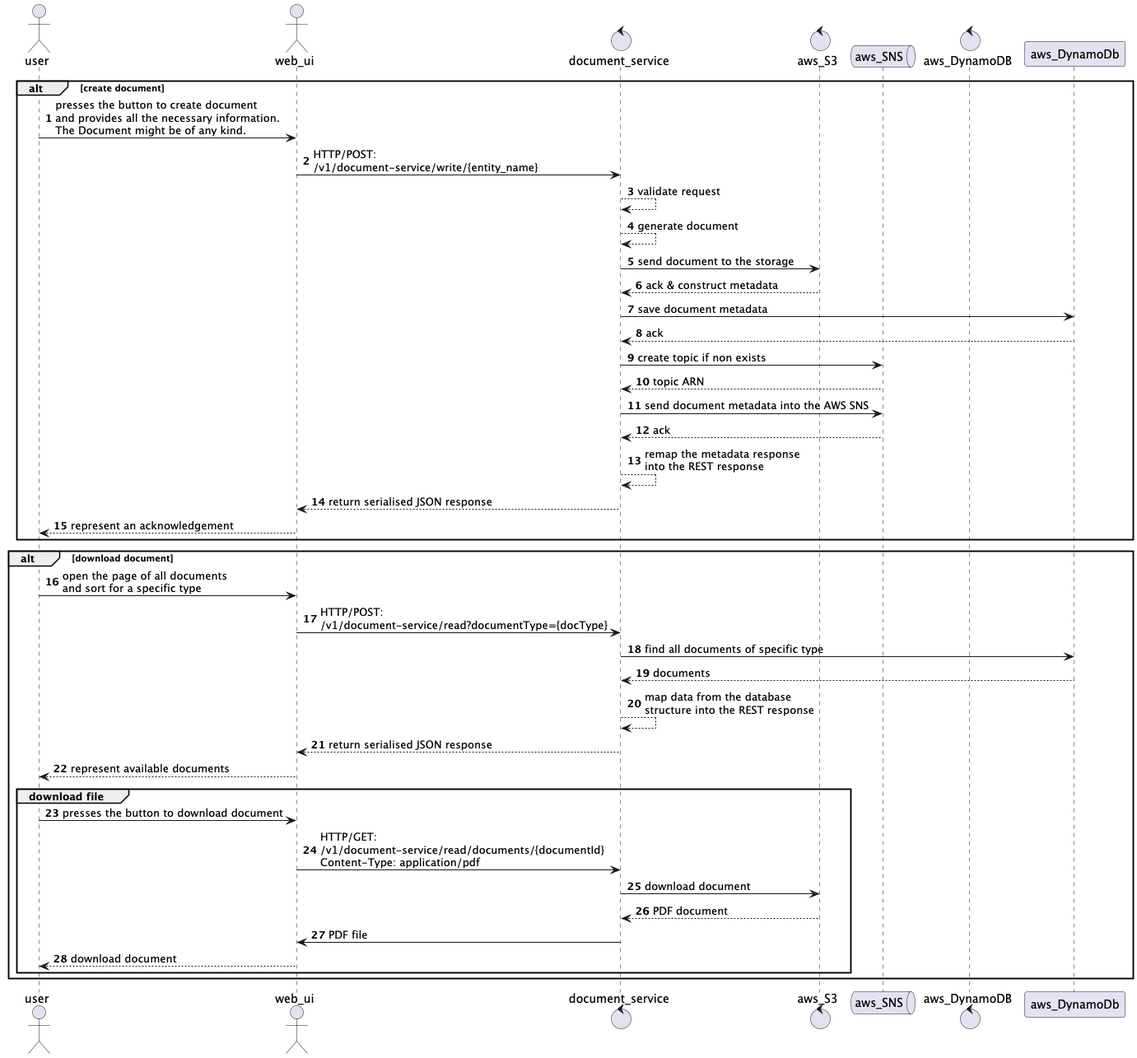
Earlier version of the PlantUML export high-level.png (sergejsvisockis/document-service).
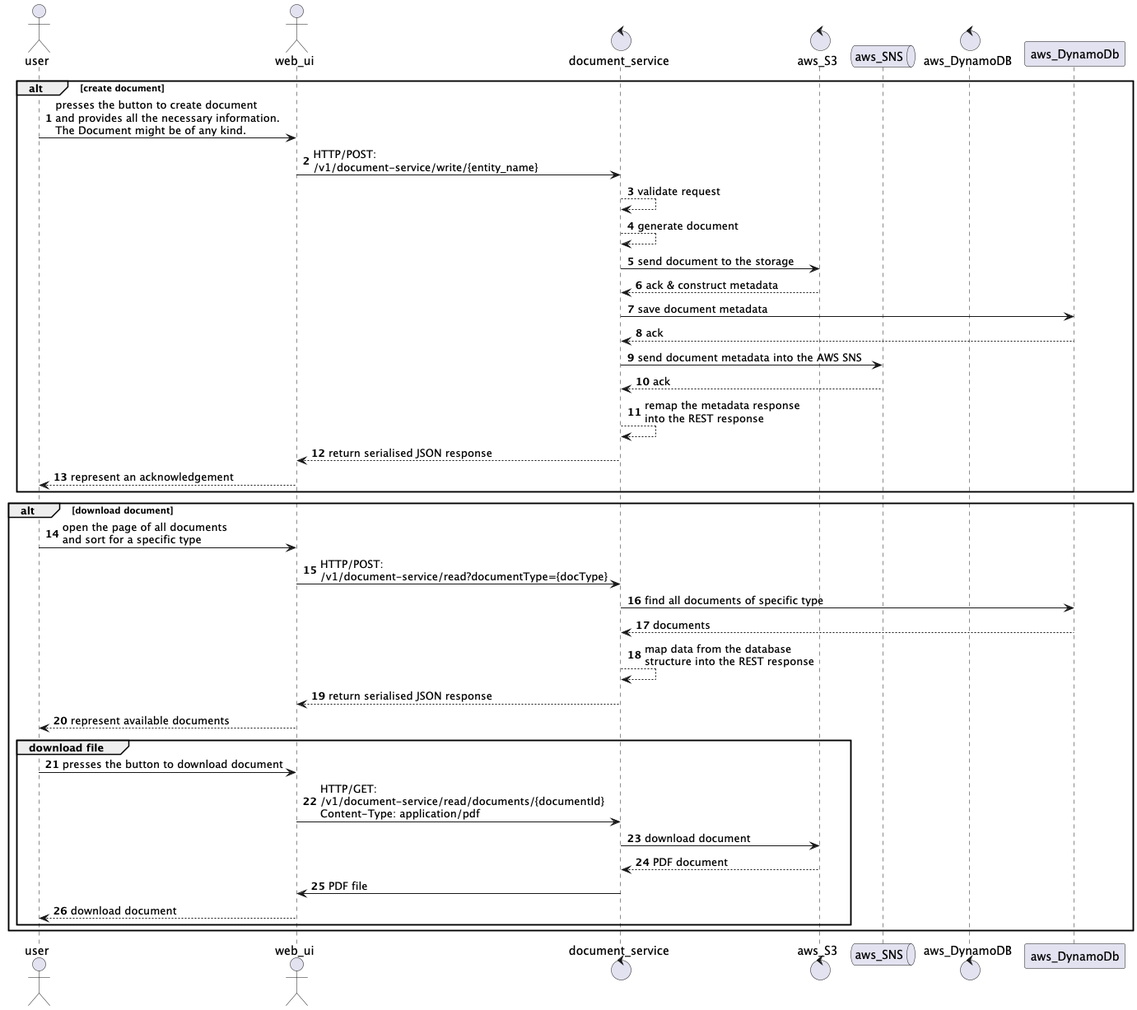
The same diagram one commit later.

Commit message:
update high-level design diagram picture

The edit, as a diff of the source:
```diff
@@ -18,8 +18,6 @@
     return ack & construct metadata
     document_service -> aws_DynamoDb: save document metadata
     return ack
-    document_service -> aws_SNS: create topic if non exists
-    return topic ARN
     document_service -> aws_SNS: send document metadata into the AWS SNS
     return ack
     document_service --> document_service: remap the metadata response\ninto the REST response
```
